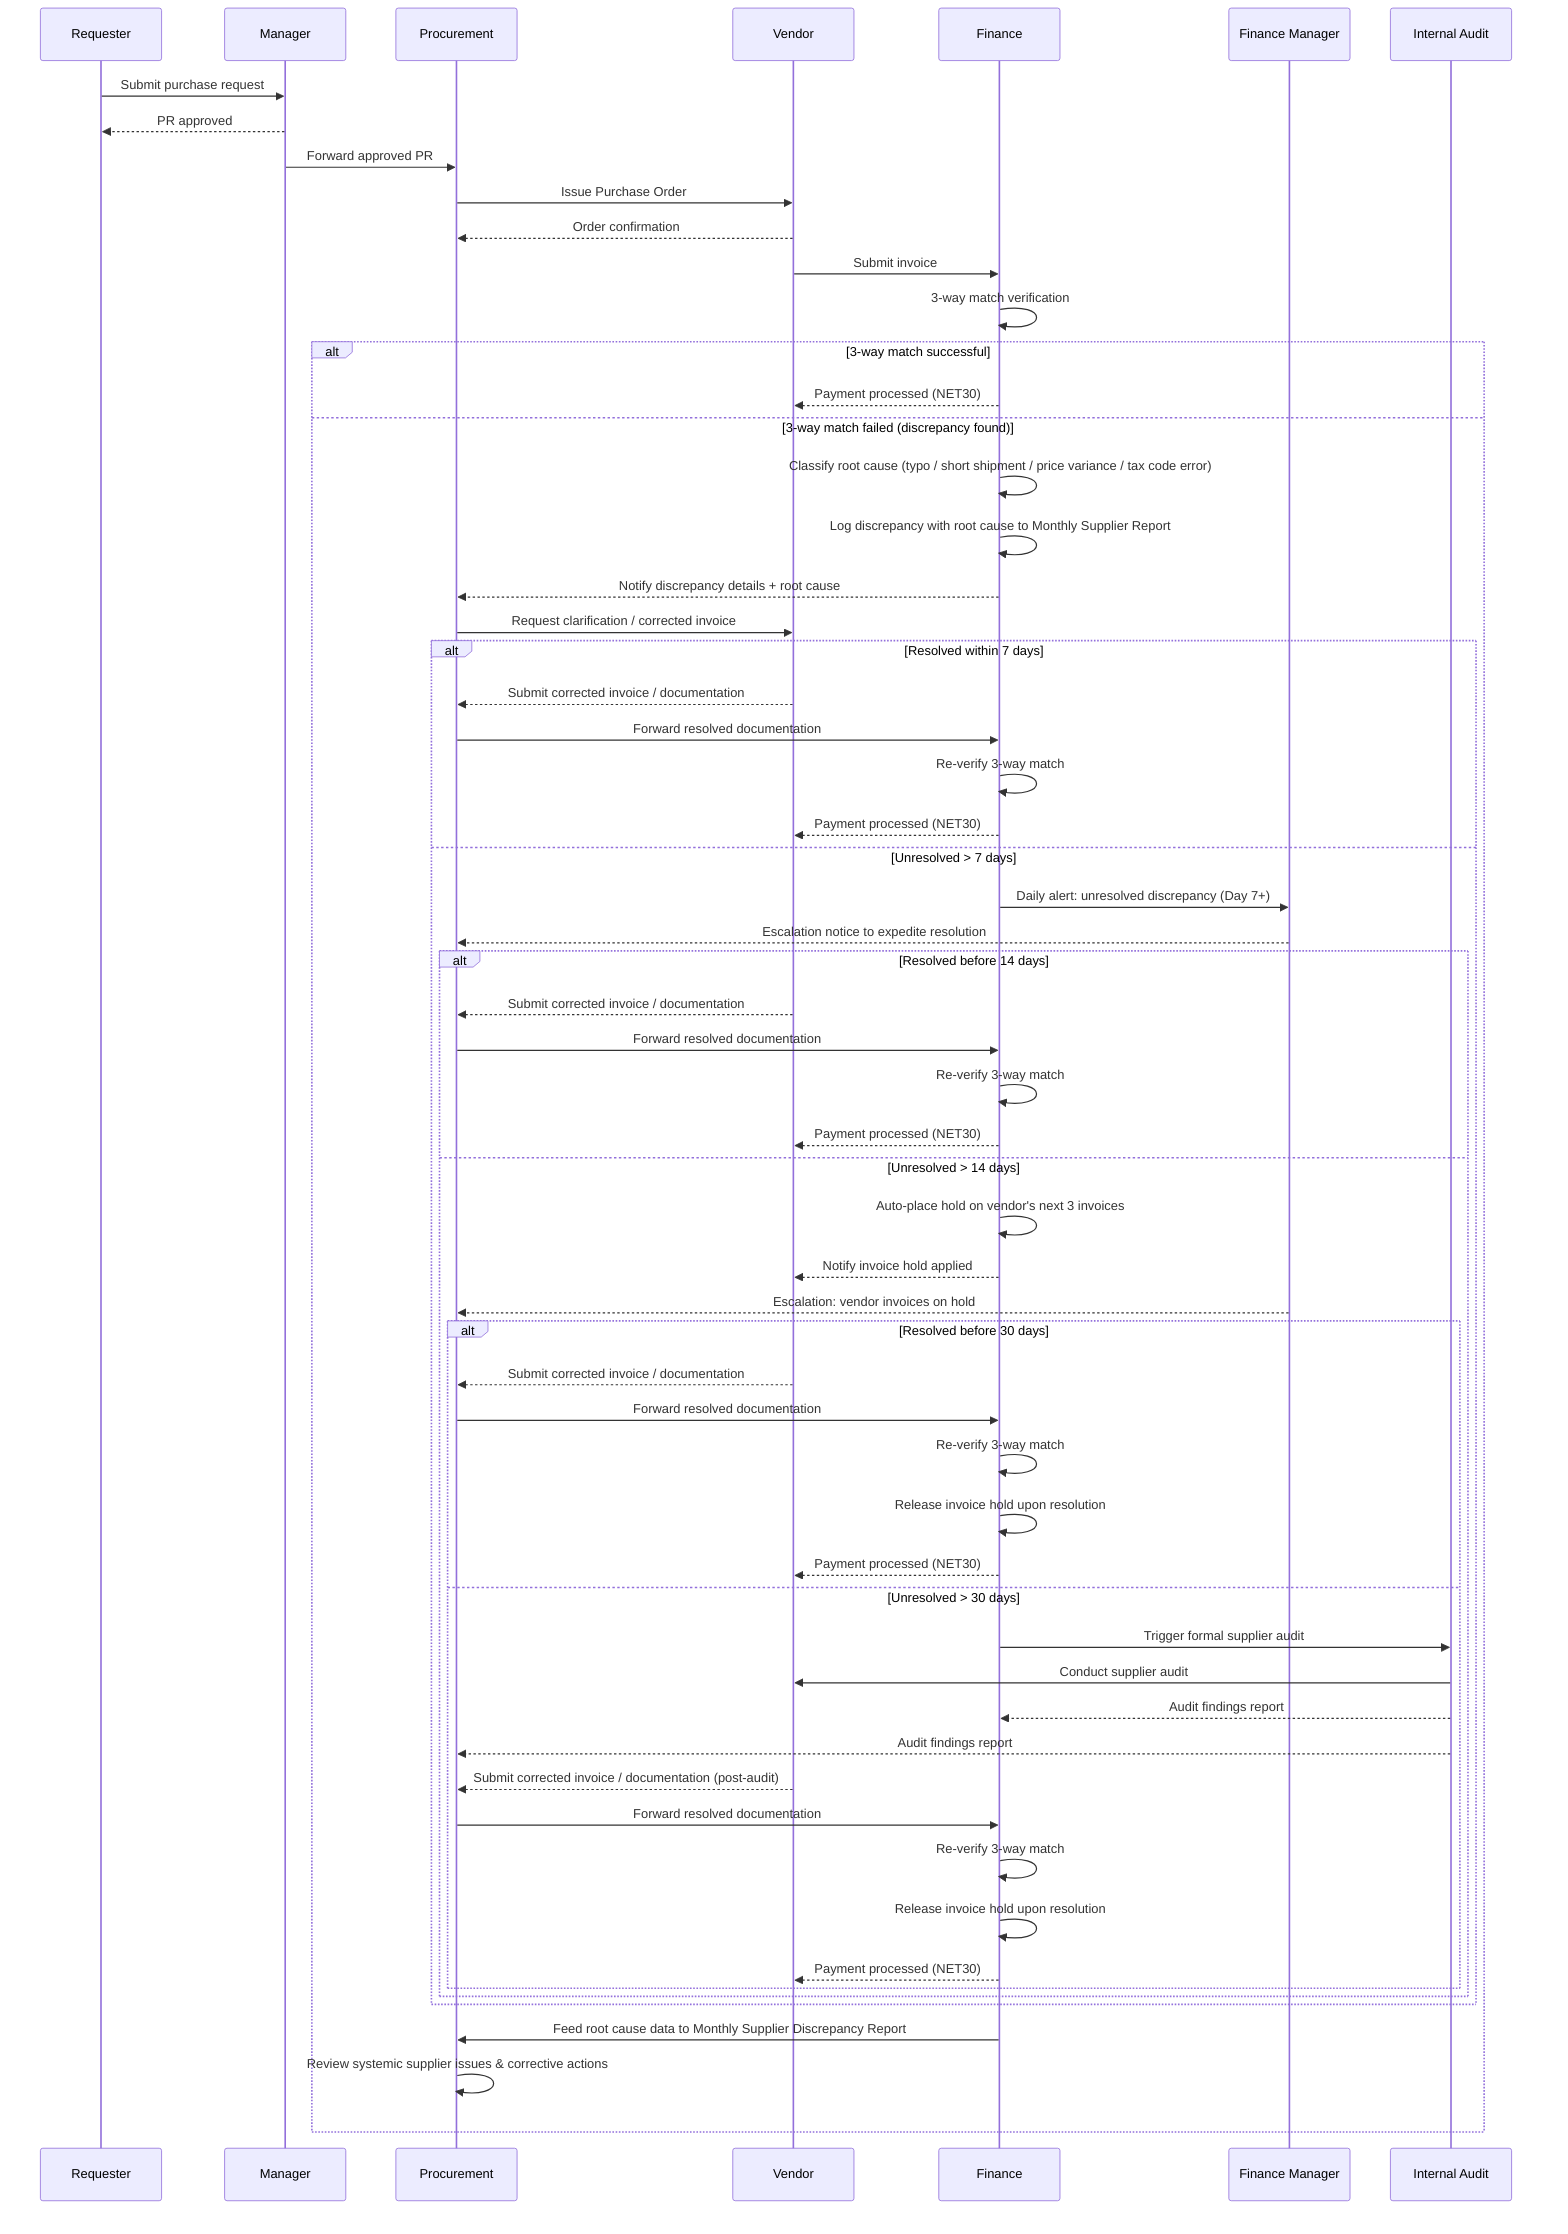
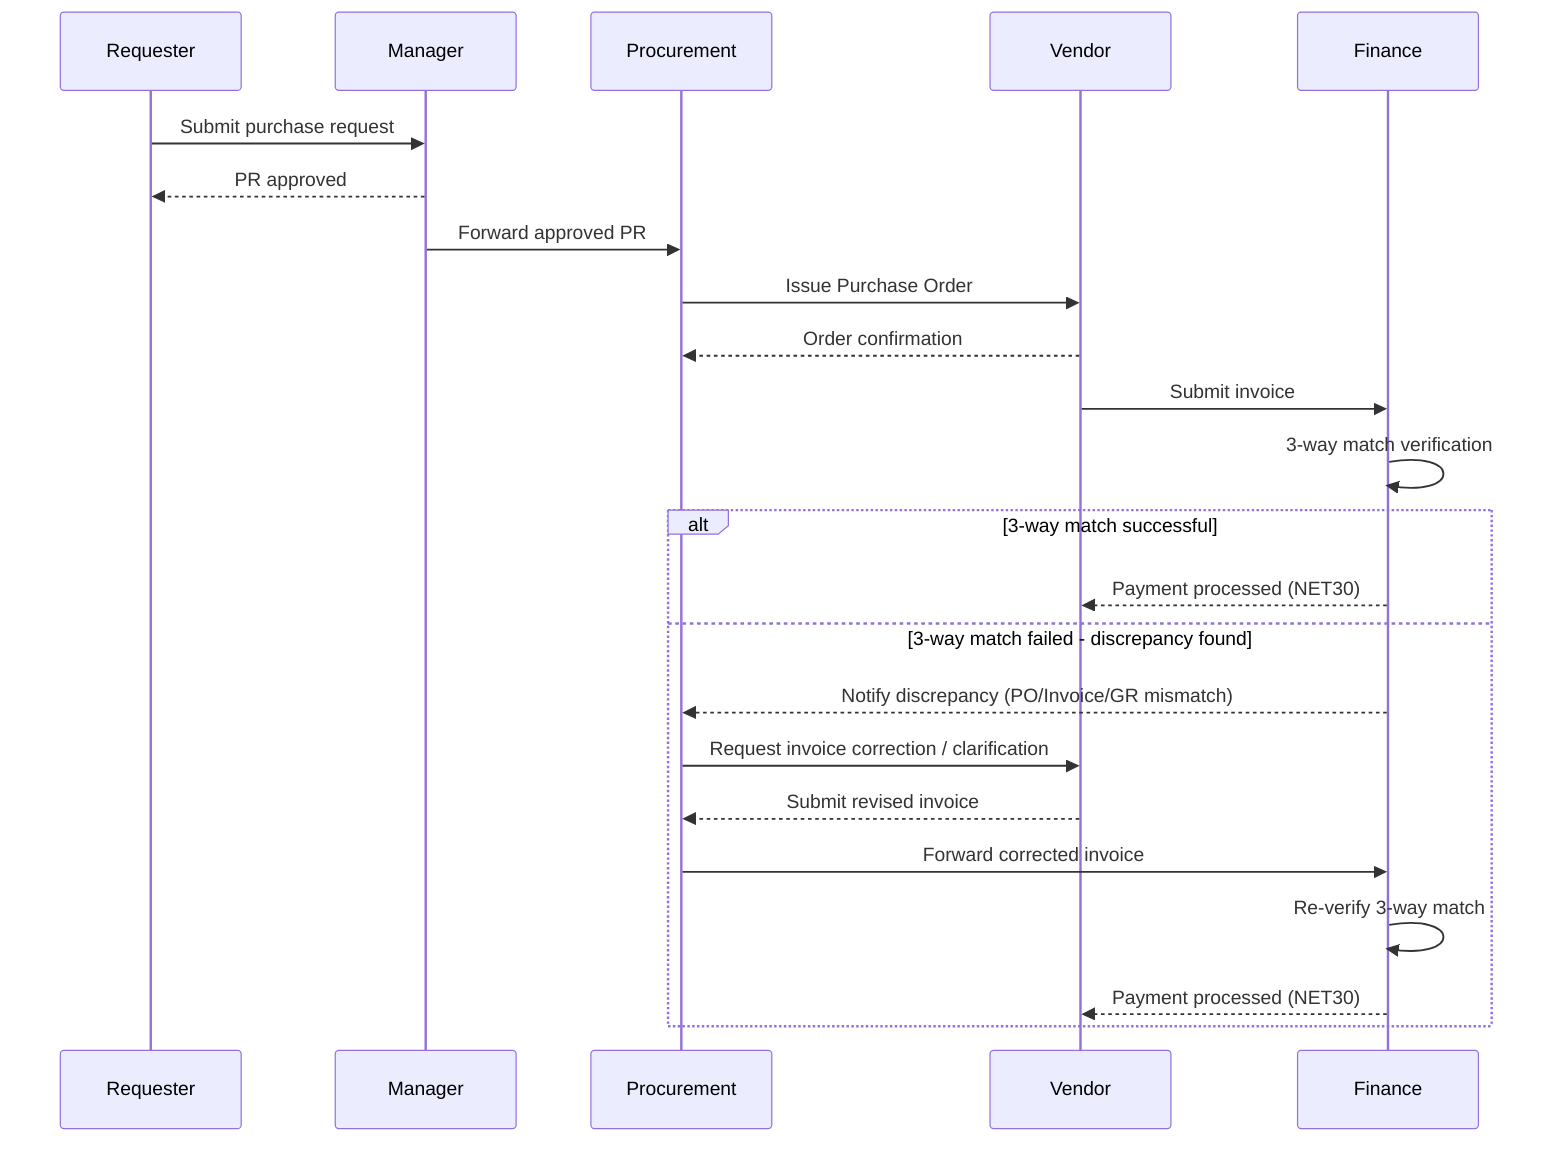
sequenceDiagram
    participant R as Requester
    participant M as Manager
    participant P as Procurement
    participant V as Vendor
    participant F as Finance
-     participant FM as Finance Manager
-     participant IA as Internal Audit

    R->>M: Submit purchase request
    M-->>R: PR approved
    M->>P: Forward approved PR
    P->>V: Issue Purchase Order
    V-->>P: Order confirmation
    V->>F: Submit invoice
    F->>F: 3-way match verification

    %% ⚡ CHANGED SECTION
    alt 3-way match successful
        F-->>V: Payment processed (NET30)
-     else 3-way match failed (discrepancy found)
-         F->>F: Classify root cause (typo / short shipment / price variance / tax code error)
-         F->>F: Log discrepancy with root cause to Monthly Supplier Report
-         F-->>P: Notify discrepancy details + root cause
-         P->>V: Request clarification / corrected invoice
- 
-         alt Resolved within 7 days
-             V-->>P: Submit corrected invoice / documentation
-             P->>F: Forward resolved documentation
-             F->>F: Re-verify 3-way match
-             F-->>V: Payment processed (NET30)
-         else Unresolved > 7 days
-             F->>FM: Daily alert: unresolved discrepancy (Day 7+)
-             FM-->>P: Escalation notice to expedite resolution
- 
-             alt Resolved before 14 days
-                 V-->>P: Submit corrected invoice / documentation
-                 P->>F: Forward resolved documentation
-                 F->>F: Re-verify 3-way match
-                 F-->>V: Payment processed (NET30)
-             else Unresolved > 14 days
-                 F->>F: Auto-place hold on vendor's next 3 invoices
-                 F-->>V: Notify invoice hold applied
-                 FM-->>P: Escalation: vendor invoices on hold
- 
-                 alt Resolved before 30 days
-                     V-->>P: Submit corrected invoice / documentation
-                     P->>F: Forward resolved documentation
-                     F->>F: Re-verify 3-way match
-                     F->>F: Release invoice hold upon resolution
-                     F-->>V: Payment processed (NET30)
-                 else Unresolved > 30 days
-                     F->>IA: Trigger formal supplier audit
-                     IA->>V: Conduct supplier audit
-                     IA-->>F: Audit findings report
-                     IA-->>P: Audit findings report
-                     V-->>P: Submit corrected invoice / documentation (post-audit)
-                     P->>F: Forward resolved documentation
-                     F->>F: Re-verify 3-way match
-                     F->>F: Release invoice hold upon resolution
-                     F-->>V: Payment processed (NET30)
-                 end
-             end
-         end
- 
-         F->>P: Feed root cause data to Monthly Supplier Discrepancy Report
-         P->>P: Review systemic supplier issues & corrective actions
+     else 3-way match failed - discrepancy found
+         F-->>P: Notify discrepancy (PO/Invoice/GR mismatch)
+         P->>V: Request invoice correction / clarification
+         V-->>P: Submit revised invoice
+         P->>F: Forward corrected invoice
+         F->>F: Re-verify 3-way match
+         F-->>V: Payment processed (NET30)
    end
    %% ⚡ END CHANGED SECTION

%% EXPLANATION:
- %% Added Finance Manager (FM) and Internal Audit (IA) as participants. Restructured the discrepancy path into nested time-based escalation tiers: daily FM alerts after 7 days, automatic hold on vendor's next 3 invoices after 14 days, and a formal supplier audit trigger after 30 days. At each tier, resolution can still occur and releases any holds. Added root cause classification (typo, short shipment, price variance, tax code error) immediately upon discrepancy detection, with the data feeding into a monthly supplier discrepancy report for Procurement to review and address systemic issues.+ %% Replaced the single payment step with an alt/else block after the 3-way match verification. The happy path proceeds directly to payment. The discrepancy path notifies Procurement, who contacts the Vendor for a corrected invoice; the revised invoice is then re-verified by Finance before payment is released.